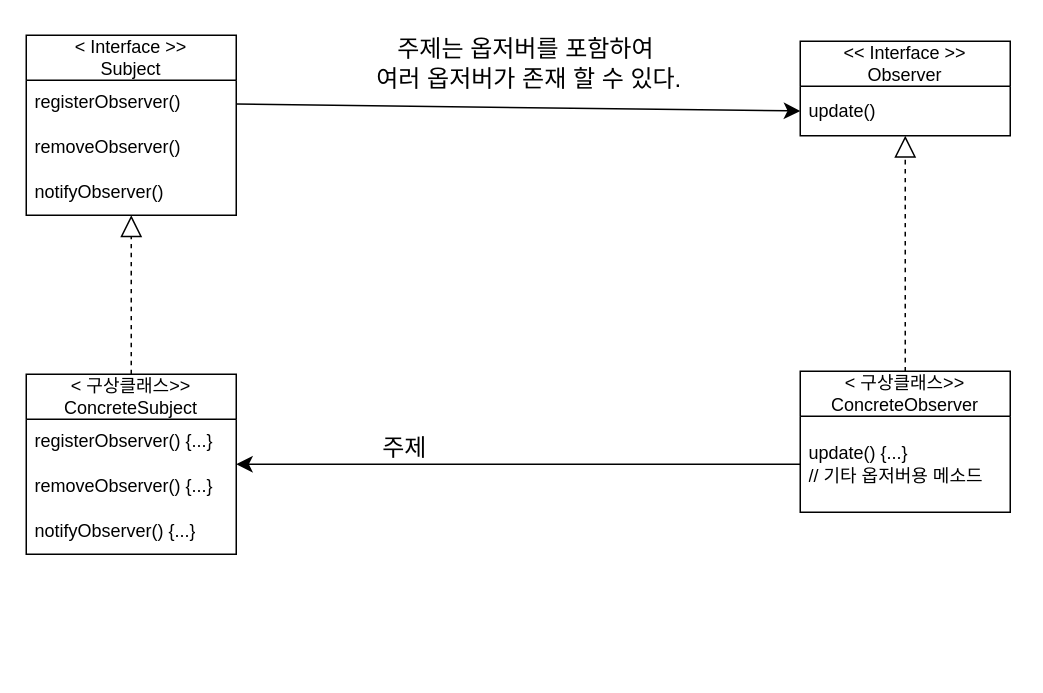
Above: 제목 없는 다이어그램.drawio in Ohsaam/umlDiagram (draw.io), before the change. Source tidied: cells renumbered, new cells numbered last; positions are measured from the earlier drawing's top-left corner, leaving out a move shared by most shapes. Both pictures are drawn from the tidied source at 150%, with x=0, y=0 at pixel (26, 26).
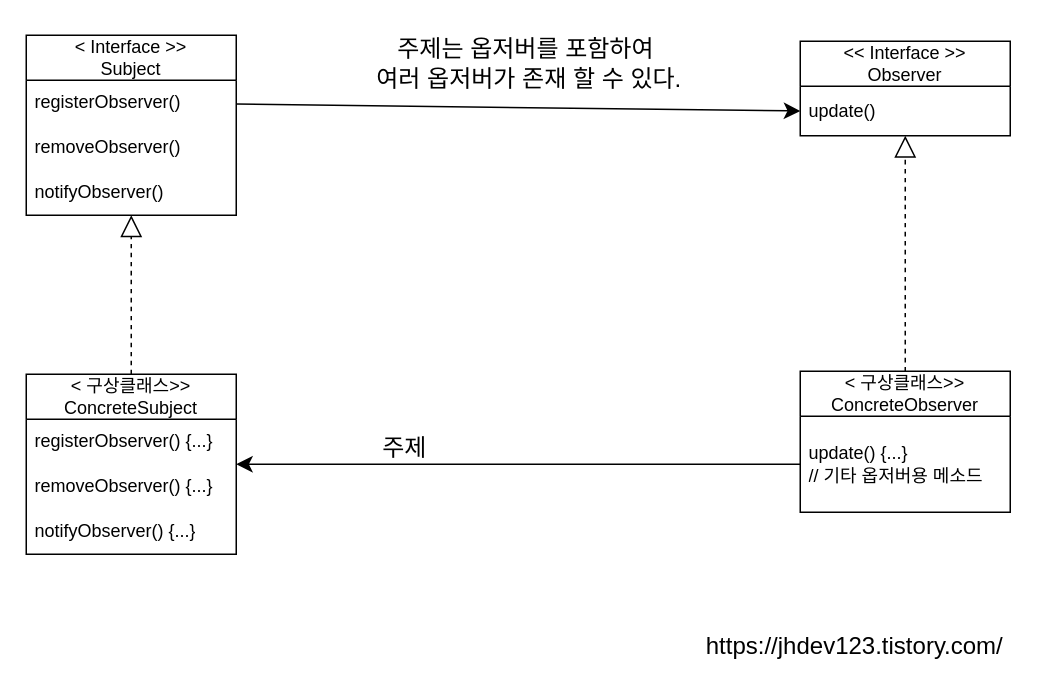
The same diagram, later.

Commit message:
제목 없는 다이어그램.drawio 업데이트

Change to the diagram source:
```diff
@@
+    <mxCell id="20" value="https://jhdev123.tistory.com/" style="text;html=1;align=center;verticalAlign=middle;strokeColor=none;fillColor=none;fontSize=16;" parent="1" vertex="1">
+      <mxGeometry x="444" y="397" width="216" height="31" as="geometry" />
+    </mxCell>
```
